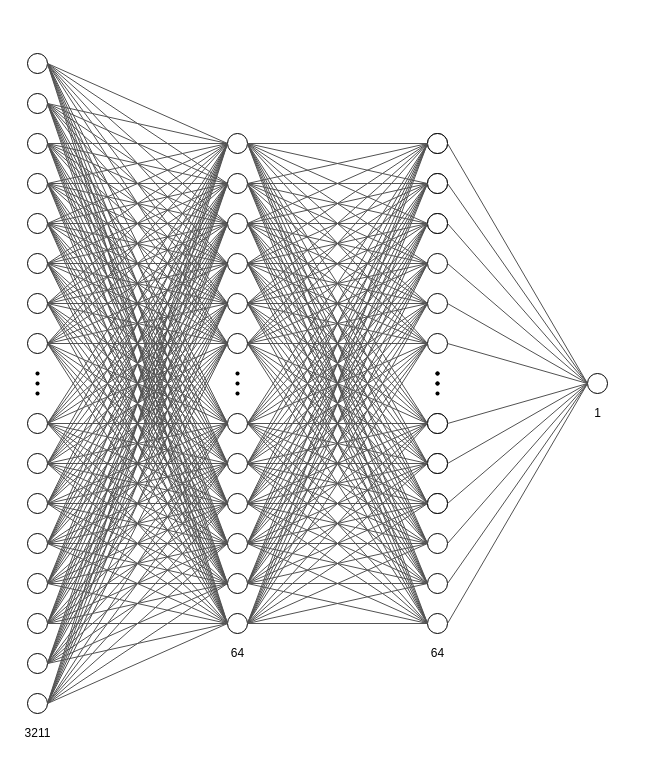
Before: assets/images/baseline_value_net.drawio in FilipinoGambino/FilipinoGambino.github.io, a draw.io diagram. Source tidied: cells renumbered, new cells numbered last; positions are measured from the earlier drawing's top-left corner, leaving out a move shared by most shapes. Both pictures are drawn from the tidied source at 100%, with x=0, y=0 at pixel (17, 53).
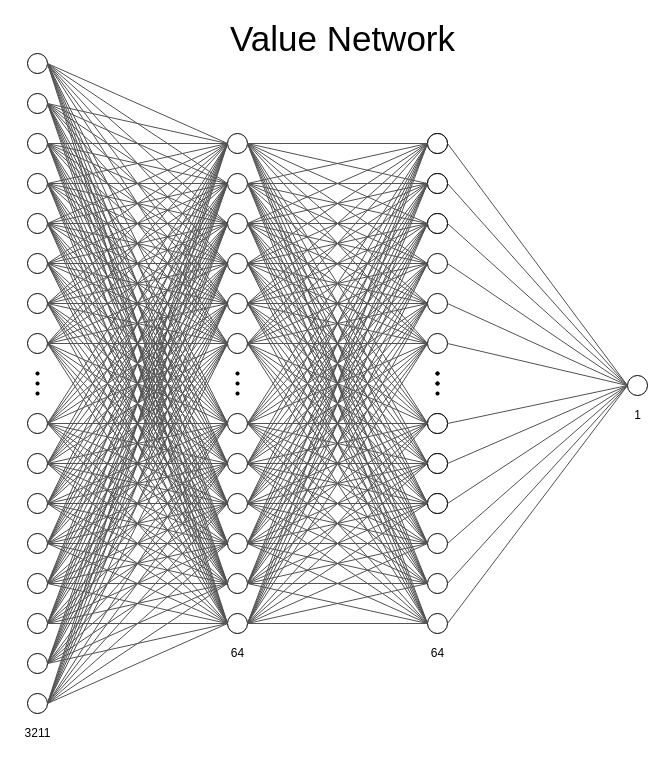
The same page after the edit.

What changed in the source:
```diff
@@
     <mxCell id="398" style="ellipse;whiteSpace=wrap;html=1;rounded=0;" parent="1" vertex="1">
-      <mxGeometry x="570" y="320" width="20" height="20" as="geometry" />
+      <mxGeometry x="610" y="322" width="20" height="20" as="geometry" />
     </mxCell>
     <mxCell id="399" value="1" style="text;html=1;align=center;verticalAlign=middle;strokeColor=none;fillColor=none;" parent="1" vertex="1">
-      <mxGeometry x="570" y="350" width="20" height="20" as="geometry" />
+      <mxGeometry x="610" y="352" width="20" height="20" as="geometry" />
     </mxCell>
@@
+    <mxCell id="412" value="&lt;font style=&quot;font-size: 35px;&quot;&gt;Value Network&lt;/font&gt;" style="text;html=1;align=center;verticalAlign=middle;strokeColor=none;fillColor=none;" parent="1" vertex="1">
+      <mxGeometry x="205" y="-30" width="240" height="30" as="geometry" />
+    </mxCell>
```
